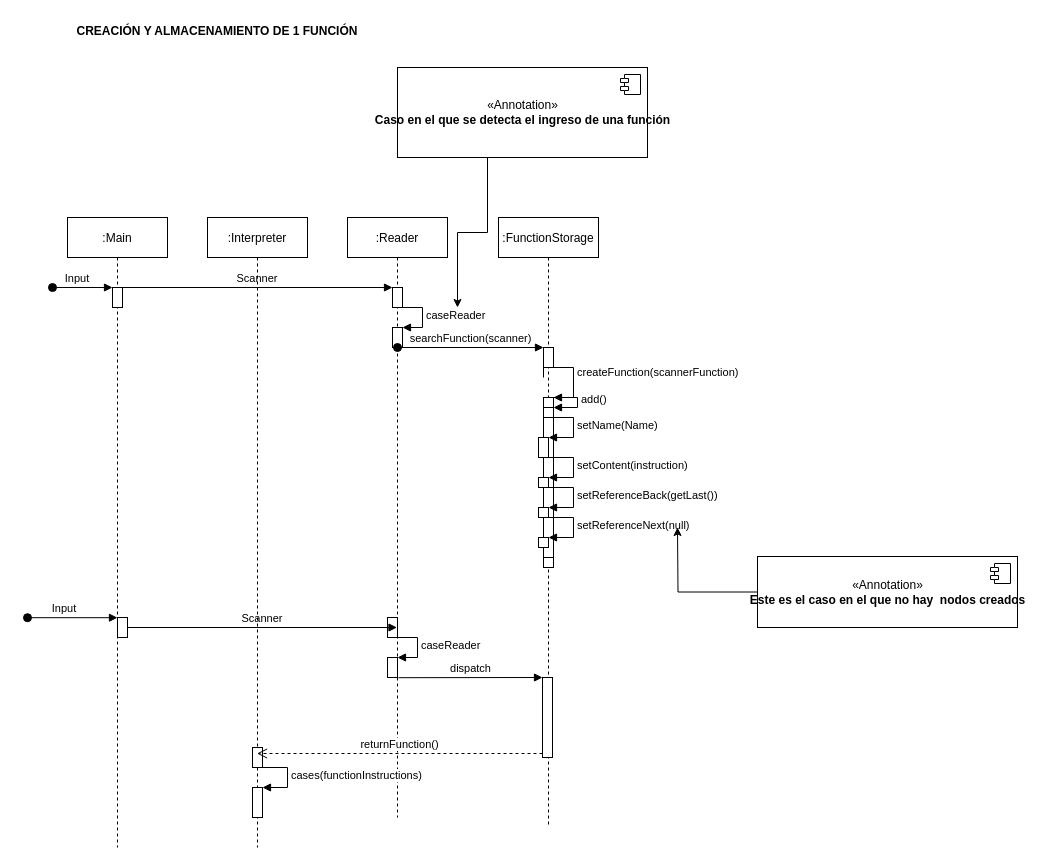
Before: SequenceDiagram.drawio in DiggsPapu/Proyect1_Lisp_Interpreter, a draw.io diagram. Source tidied: cells renumbered, new cells numbered last; positions are measured from the earlier drawing's top-left corner, leaving out a move shared by most shapes. Both pictures are drawn from the tidied source at 100%, with x=0, y=0 at pixel (27, 17).
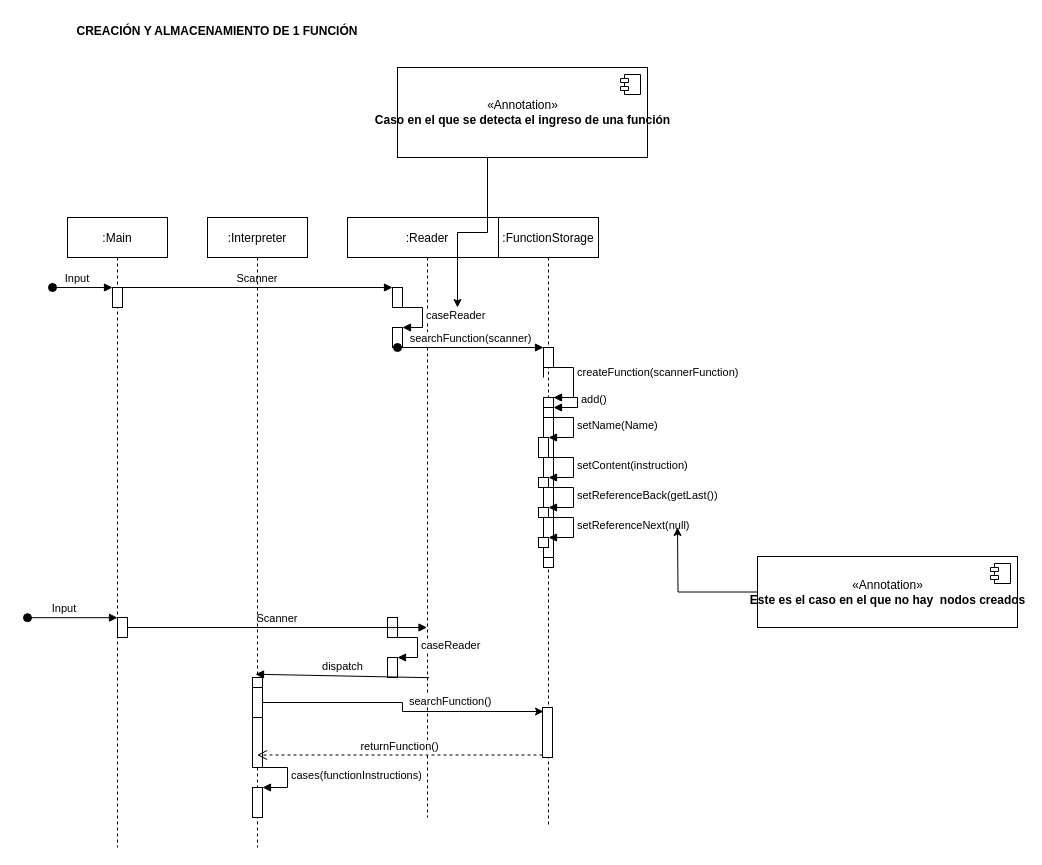
After the change.

The change refers to these unchanged cells:
```xml
<mxCell id="12" value=":FunctionStorage" style="shape=umlLifeline;perimeter=lifelinePerimeter;rounded=0;shadow=0;strokeWidth=1;" parent="1" vertex="1">
  <mxGeometry x="471" y="200" width="100" height="610" as="geometry" />
</mxCell>
<mxCell id="40" value=":Interpreter" style="shape=umlLifeline;perimeter=lifelinePerimeter;rounded=0;shadow=0;strokeWidth=1;" parent="1" vertex="1">
  <mxGeometry x="180" y="200" width="100" height="630" as="geometry" />
</mxCell>
```

Diff of the diagram source:
```diff
@@
     <mxCell id="7" value=":Reader" style="shape=umlLifeline;perimeter=lifelinePerimeter;rounded=0;shadow=0;strokeWidth=1;" parent="1" vertex="1">
-      <mxGeometry x="320" y="200" width="100" height="600" as="geometry" />
+      <mxGeometry x="320" y="200" width="160" height="600" as="geometry" />
     </mxCell>
@@
+    <mxCell id="45" value="&lt;span style=&quot;color: rgb(0 , 0 , 0) ; font-family: &amp;#34;helvetica&amp;#34; ; font-size: 11px ; font-style: normal ; font-weight: 400 ; letter-spacing: normal ; text-align: center ; text-indent: 0px ; text-transform: none ; word-spacing: 0px ; background-color: rgb(255 , 255 , 255) ; display: inline ; float: none&quot;&gt;searchFunction()&lt;/span&gt;" style="text;whiteSpace=wrap;html=1;" parent="7" vertex="1">
+      <mxGeometry x="60" y="470" width="100" height="30" as="geometry" />
+    </mxCell>
@@
     <mxCell id="25" style="html=1;points=[];perimeter=orthogonalPerimeter;" parent="12" vertex="1">
-      <mxGeometry x="44" y="460" width="10" height="80" as="geometry" />
+      <mxGeometry x="44" y="490" width="10" height="50" as="geometry" />
     </mxCell>
@@
-    <mxCell id="38" value="dispatch" style="html=1;verticalAlign=bottom;endArrow=block;entryX=0;entryY=0;rounded=0;exitX=0.51;exitY=0.767;exitDx=0;exitDy=0;exitPerimeter=0;" parent="1" edge="1" source="7" target="25">
+    <mxCell id="38" value="dispatch" style="html=1;verticalAlign=bottom;endArrow=block;entryX=0.48;entryY=0.725;rounded=0;exitX=0.51;exitY=0.767;exitDx=0;exitDy=0;exitPerimeter=0;entryDx=0;entryDy=0;entryPerimeter=0;" parent="1" edge="1" source="7" target="40">
       <mxGeometry relative="1" as="geometry" />
     </mxCell>
@@
     <mxCell id="41" style="perimeter=orthogonalPerimeter;rounded=0;shadow=0;strokeWidth=1;" parent="40" vertex="1">
-      <mxGeometry x="45" y="530" width="10" height="20" as="geometry" />
+      <mxGeometry x="45" y="460" width="10" height="90" as="geometry" />
     </mxCell>
@@
+    <mxCell id="46" style="points=[];perimeter=orthogonalPerimeter;rounded=0;shadow=0;strokeWidth=1;" parent="40" vertex="1">
+      <mxGeometry x="45" y="470" width="10" height="30" as="geometry" />
+    </mxCell>
@@
+    <mxCell id="47" style="edgeStyle=orthogonalEdgeStyle;rounded=0;jettySize=auto;html=1;entryX=0.1;entryY=0.08;entryDx=0;entryDy=0;entryPerimeter=0;" parent="1" edge="1" source="46" target="25">
+      <mxGeometry relative="1" as="geometry" />
+    </mxCell>
```
